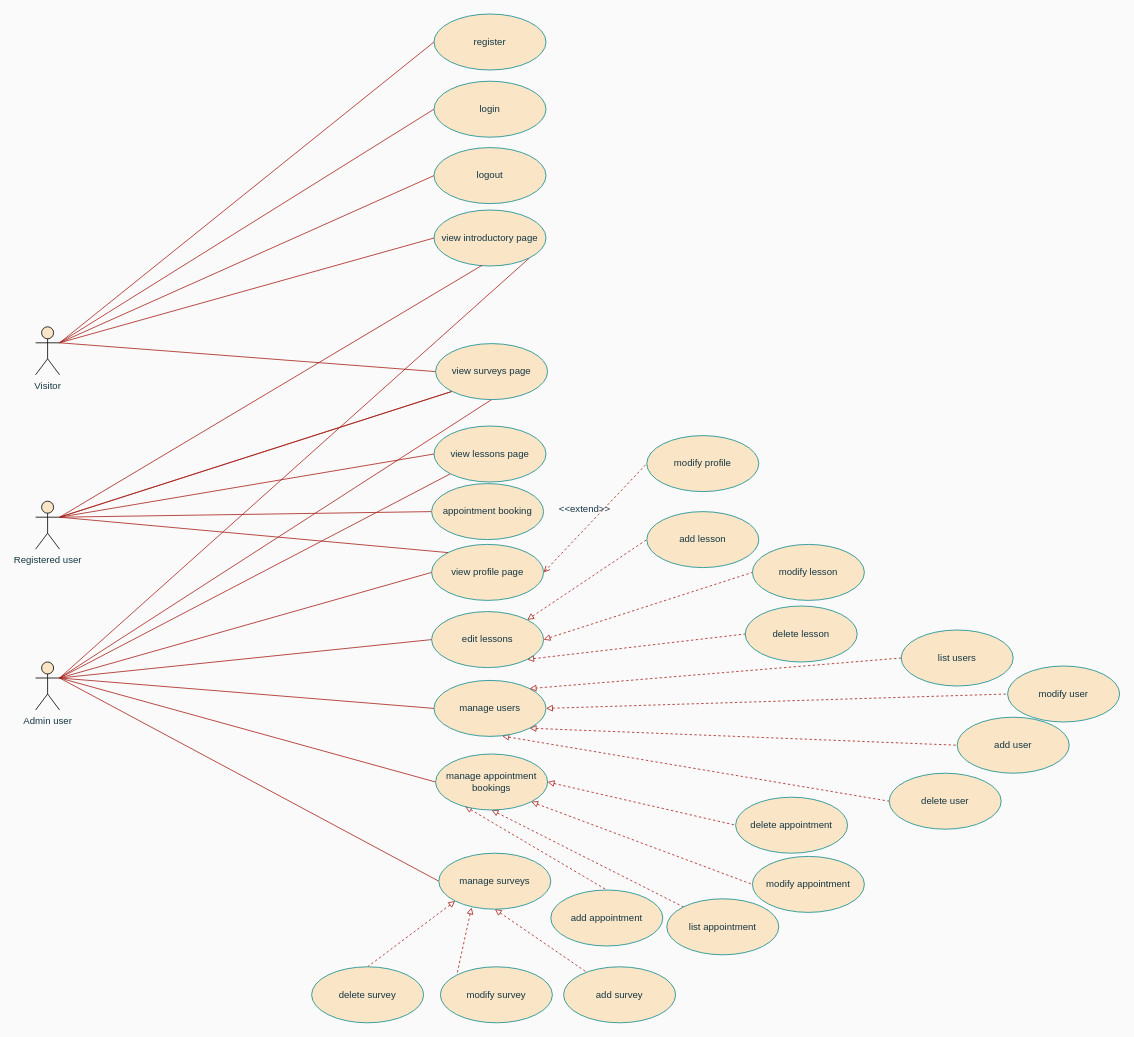
timeaszabo1217/rendszerfejl1 keeps this draw.io diagram as Diagrammok, tervek/Use_Case_diagram.drawio. Above is the earlier version. Source tidied: cells renumbered, new cells numbered last; positions are measured from the earlier drawing's top-left corner, leaving out a move shared by most shapes. Both pictures are drawn from the tidied source at 80%, with x=0, y=0 at pixel (35, 14).
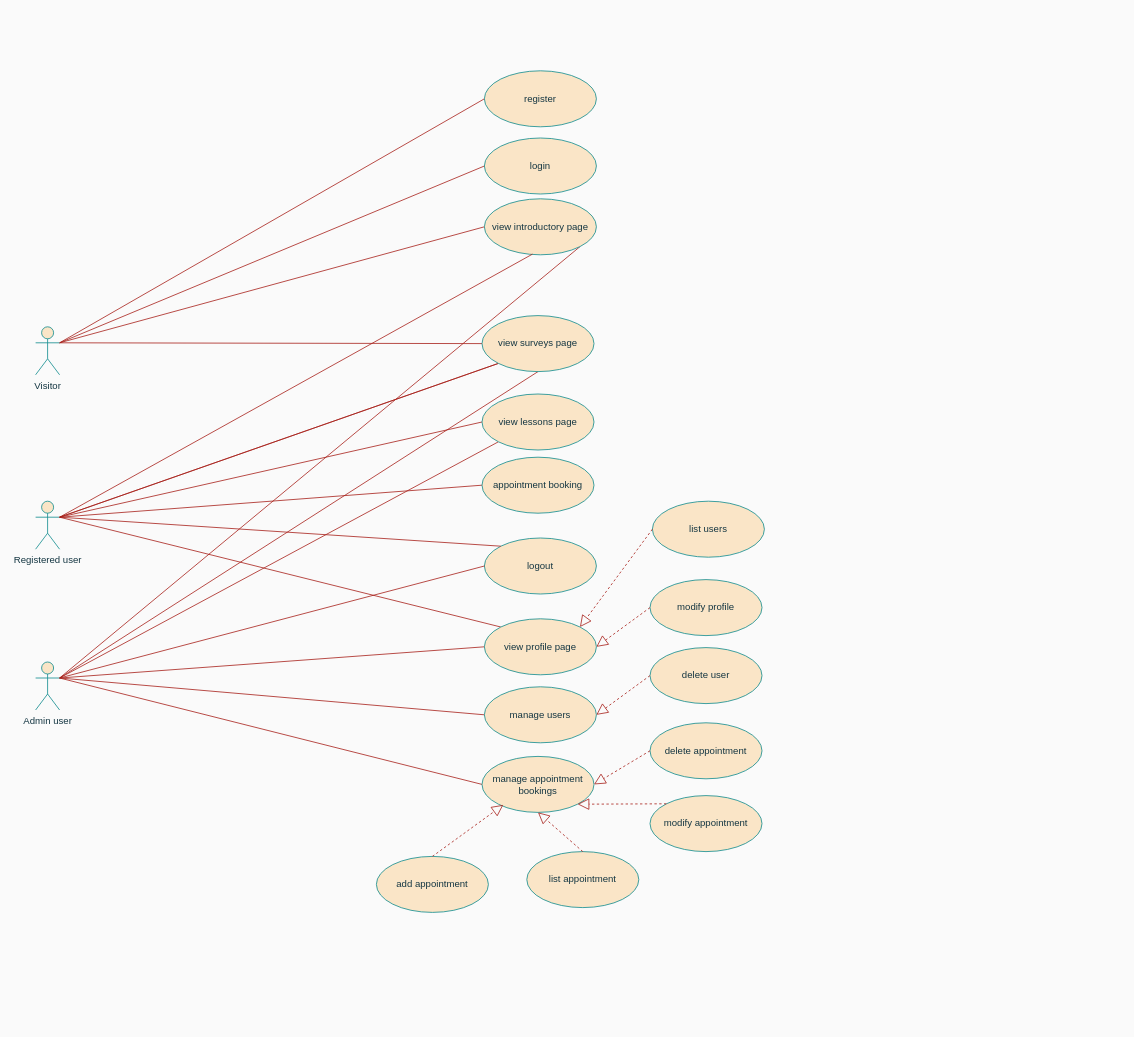
After the change.

Change to the diagram source:
```diff
@@
-    <mxCell id="6" style="edgeStyle=none;rounded=0;jettySize=auto;html=1;exitX=1;exitY=0.3333333333333333;exitDx=0;exitDy=0;exitPerimeter=0;entryX=0;entryY=0.5;entryDx=0;entryDy=0;strokeColor=#A8201A;fontColor=#143642;fillColor=#FAE5C7;endArrow=none;endFill=0;" parent="1" edge="1" source="7" target="64">
-      <mxGeometry relative="1" as="geometry" />
-    </mxCell>
-    <mxCell id="7" value="Visitor" style="shape=umlActor;verticalLabelPosition=bottom;verticalAlign=top;html=1;rounded=0;strokeColor=#000000;labelBackgroundColor=none;fillColor=#FAE5C7;fontColor=#143642;" parent="1" vertex="1">
+    <mxCell id="7" value="Visitor" style="shape=umlActor;verticalLabelPosition=bottom;verticalAlign=top;html=1;rounded=0;strokeColor=#0F8B8D;labelBackgroundColor=none;fillColor=#FAE5C7;fontColor=#143642;" parent="1" vertex="1">
       <mxGeometry y="391" width="30" height="60" as="geometry" />
     </mxCell>
@@
-    <mxCell id="11" value="Registered user" style="shape=umlActor;verticalLabelPosition=bottom;verticalAlign=top;html=1;rounded=0;fillColor=#FAE5C7;strokeColor=#000000;labelBackgroundColor=none;fontColor=#143642;" parent="1" vertex="1">
+    <mxCell id="11" value="Registered user" style="shape=umlActor;verticalLabelPosition=bottom;verticalAlign=top;html=1;rounded=0;fillColor=#FAE5C7;strokeColor=#0F8B8D;labelBackgroundColor=none;fontColor=#143642;" parent="1" vertex="1">
       <mxGeometry y="609" width="30" height="60" as="geometry" />
     </mxCell>
-    <mxCell id="12" style="edgeStyle=none;rounded=0;jettySize=auto;html=1;exitX=1;exitY=0.3333333333333333;exitDx=0;exitDy=0;exitPerimeter=0;entryX=0;entryY=0.5;entryDx=0;entryDy=0;endArrow=none;endFill=0;strokeColor=#A8201A;labelBackgroundColor=none;fontColor=default;" parent="1" edge="1" source="20" target="32">
-      <mxGeometry relative="1" as="geometry" />
-    </mxCell>
@@
-    <mxCell id="15" style="edgeStyle=none;rounded=0;jettySize=auto;html=1;exitX=1;exitY=0.3333333333333333;exitDx=0;exitDy=0;exitPerimeter=0;entryX=0;entryY=0.5;entryDx=0;entryDy=0;endArrow=none;endFill=0;strokeColor=#A8201A;labelBackgroundColor=none;fontColor=default;" parent="1" edge="1" source="20" target="45">
-      <mxGeometry relative="1" as="geometry" />
-    </mxCell>
@@
-    <mxCell id="20" value="Admin user" style="shape=umlActor;verticalLabelPosition=bottom;verticalAlign=top;html=1;rounded=0;strokeColor=#000000;labelBackgroundColor=none;fillColor=#FAE5C7;fontColor=#143642;" parent="1" vertex="1">
+    <mxCell id="20" value="Admin user" style="shape=umlActor;verticalLabelPosition=bottom;verticalAlign=top;html=1;rounded=0;strokeColor=#0F8B8D;labelBackgroundColor=none;fillColor=#FAE5C7;fontColor=#143642;" parent="1" vertex="1">
       <mxGeometry y="810" width="30" height="60" as="geometry" />
     </mxCell>
     <mxCell id="21" value="view introductory page" style="ellipse;whiteSpace=wrap;html=1;rounded=0;labelBackgroundColor=none;fillColor=#FAE5C7;strokeColor=#0F8B8D;fontColor=#143642;" parent="1" vertex="1">
-      <mxGeometry x="498" y="245" width="140" height="70" as="geometry" />
+      <mxGeometry x="561" y="231" width="140" height="70" as="geometry" />
     </mxCell>
     <mxCell id="22" value="register" style="ellipse;whiteSpace=wrap;html=1;rounded=0;labelBackgroundColor=none;fillColor=#FAE5C7;strokeColor=#0F8B8D;fontColor=#143642;" parent="1" vertex="1">
-      <mxGeometry x="498" width="140" height="70" as="geometry" />
+      <mxGeometry x="561" y="71" width="140" height="70" as="geometry" />
     </mxCell>
     <mxCell id="23" value="login" style="ellipse;whiteSpace=wrap;html=1;rounded=0;labelBackgroundColor=none;fillColor=#FAE5C7;strokeColor=#0F8B8D;fontColor=#143642;" parent="1" vertex="1">
-      <mxGeometry x="498" y="84" width="140" height="70" as="geometry" />
+      <mxGeometry x="561" y="155" width="140" height="70" as="geometry" />
     </mxCell>
-    <mxCell id="24" style="edgeStyle=none;rounded=0;jettySize=auto;html=1;exitX=1;exitY=0.5;exitDx=0;exitDy=0;entryX=0;entryY=0.5;entryDx=0;entryDy=0;endArrow=none;endFill=0;dashed=1;startArrow=open;startFill=0;strokeColor=#A8201A;labelBackgroundColor=none;fontColor=default;" parent="1" edge="1" source="25" target="26">
-      <mxGeometry relative="1" as="geometry" />
-    </mxCell>
-    <mxCell id="25" value="view profile page" style="ellipse;whiteSpace=wrap;html=1;rounded=0;labelBackgroundColor=none;fillColor=#FAE5C7;strokeColor=#0F8B8D;fontColor=#143642;" parent="1" vertex="1">
-      <mxGeometry x="495" y="663" width="140" height="70" as="geometry" />
-    </mxCell>
     <mxCell id="26" value="modify profile" style="ellipse;whiteSpace=wrap;html=1;rounded=0;labelBackgroundColor=none;fillColor=#FAE5C7;strokeColor=#0F8B8D;fontColor=#143642;" parent="1" vertex="1">
-      <mxGeometry x="764" y="527" width="140" height="70" as="geometry" />
+      <mxGeometry x="768" y="707" width="140" height="70" as="geometry" />
     </mxCell>
     <mxCell id="27" value="appointment booking" style="ellipse;whiteSpace=wrap;html=1;rounded=0;labelBackgroundColor=none;fillColor=#FAE5C7;strokeColor=#0F8B8D;fontColor=#143642;" parent="1" vertex="1">
-      <mxGeometry x="495" y="587" width="140" height="70" as="geometry" />
+      <mxGeometry x="558" y="554" width="140" height="70" as="geometry" />
     </mxCell>
     <mxCell id="28" value="view lessons page" style="ellipse;whiteSpace=wrap;html=1;rounded=0;labelBackgroundColor=none;fillColor=#FAE5C7;strokeColor=#0F8B8D;fontColor=#143642;" parent="1" vertex="1">
-      <mxGeometry x="498" y="515" width="140" height="70" as="geometry" />
+      <mxGeometry x="558" y="475" width="140" height="70" as="geometry" />
     </mxCell>
-    <mxCell id="29" style="edgeStyle=none;rounded=0;jettySize=auto;html=1;exitX=1;exitY=0;exitDx=0;exitDy=0;entryX=0;entryY=0.5;entryDx=0;entryDy=0;dashed=1;endArrow=none;endFill=0;startArrow=block;startFill=0;strokeColor=#A8201A;labelBackgroundColor=none;fontColor=default;" parent="1" edge="1" source="32" target="58">
-      <mxGeometry relative="1" as="geometry" />
-    </mxCell>
-    <mxCell id="30" style="edgeStyle=none;rounded=0;jettySize=auto;html=1;exitX=1;exitY=0.5;exitDx=0;exitDy=0;entryX=0;entryY=0.5;entryDx=0;entryDy=0;dashed=1;endArrow=none;endFill=0;startArrow=block;startFill=0;strokeColor=#A8201A;labelBackgroundColor=none;fontColor=default;" parent="1" edge="1" source="32" target="59">
-      <mxGeometry relative="1" as="geometry" />
-    </mxCell>
-    <mxCell id="31" style="edgeStyle=none;rounded=0;jettySize=auto;html=1;exitX=1;exitY=1;exitDx=0;exitDy=0;entryX=0;entryY=0.5;entryDx=0;entryDy=0;dashed=1;endArrow=none;endFill=0;startArrow=block;startFill=0;strokeColor=#A8201A;labelBackgroundColor=none;fontColor=default;" parent="1" edge="1" source="32" target="60">
-      <mxGeometry relative="1" as="geometry" />
-    </mxCell>
-    <mxCell id="32" value="edit lessons" style="ellipse;whiteSpace=wrap;html=1;rounded=0;labelBackgroundColor=none;fillColor=#FAE5C7;strokeColor=#0F8B8D;fontColor=#143642;" parent="1" vertex="1">
-      <mxGeometry x="495" y="747" width="140" height="70" as="geometry" />
-    </mxCell>
-    <mxCell id="33" style="edgeStyle=none;rounded=0;jettySize=auto;html=1;exitX=0.609;exitY=0.993;exitDx=0;exitDy=0;entryX=0;entryY=0.5;entryDx=0;entryDy=0;endArrow=none;endFill=0;dashed=1;startArrow=block;startFill=0;strokeColor=#A8201A;labelBackgroundColor=none;fontColor=default;exitPerimeter=0;" parent="1" edge="1" source="36" target="57">
-      <mxGeometry relative="1" as="geometry" />
-    </mxCell>
-    <mxCell id="34" style="edgeStyle=none;rounded=0;jettySize=auto;html=1;exitX=1;exitY=0.5;exitDx=0;exitDy=0;entryX=0;entryY=0.5;entryDx=0;entryDy=0;dashed=1;endArrow=none;endFill=0;startArrow=block;startFill=0;strokeColor=#A8201A;labelBackgroundColor=none;fontColor=default;" parent="1" edge="1" source="36" target="56">
-      <mxGeometry relative="1" as="geometry" />
-    </mxCell>
-    <mxCell id="35" style="edgeStyle=none;rounded=0;jettySize=auto;html=1;exitX=1;exitY=1;exitDx=0;exitDy=0;entryX=0;entryY=0.5;entryDx=0;entryDy=0;startArrow=block;startFill=0;dashed=1;endArrow=none;endFill=0;strokeColor=#A8201A;labelBackgroundColor=none;fontColor=default;" parent="1" edge="1" source="36" target="55">
-      <mxGeometry relative="1" as="geometry" />
-    </mxCell>
     <mxCell id="36" value="manage users" style="ellipse;whiteSpace=wrap;html=1;rounded=0;labelBackgroundColor=none;fillColor=#FAE5C7;strokeColor=#0F8B8D;fontColor=#143642;" parent="1" vertex="1">
-      <mxGeometry x="498" y="833" width="140" height="70" as="geometry" />
+      <mxGeometry x="561" y="841" width="140" height="70" as="geometry" />
     </mxCell>
-    <mxCell id="37" style="edgeStyle=none;rounded=0;jettySize=auto;html=1;exitX=1;exitY=0.5;exitDx=0;exitDy=0;entryX=0;entryY=0.5;entryDx=0;entryDy=0;dashed=1;endArrow=none;endFill=0;startArrow=block;startFill=0;strokeColor=#A8201A;labelBackgroundColor=none;fontColor=default;" parent="1" edge="1" source="41" target="46">
-      <mxGeometry relative="1" as="geometry" />
-    </mxCell>
-    <mxCell id="38" style="edgeStyle=none;rounded=0;jettySize=auto;html=1;exitX=1;exitY=1;exitDx=0;exitDy=0;entryX=0;entryY=0.5;entryDx=0;entryDy=0;dashed=1;endArrow=none;endFill=0;startArrow=block;startFill=0;strokeColor=#A8201A;labelBackgroundColor=none;fontColor=default;" parent="1" edge="1" source="41" target="47">
-      <mxGeometry relative="1" as="geometry" />
-    </mxCell>
-    <mxCell id="39" style="edgeStyle=none;rounded=0;jettySize=auto;html=1;exitX=0.5;exitY=1;exitDx=0;exitDy=0;dashed=1;endArrow=none;endFill=0;startArrow=block;startFill=0;strokeColor=#A8201A;labelBackgroundColor=none;fontColor=default;" parent="1" edge="1" source="41" target="48">
-      <mxGeometry relative="1" as="geometry" />
-    </mxCell>
-    <mxCell id="40" style="edgeStyle=none;rounded=0;jettySize=auto;html=1;entryX=0.5;entryY=0;entryDx=0;entryDy=0;dashed=1;endArrow=none;endFill=0;startArrow=block;startFill=0;strokeColor=#A8201A;labelBackgroundColor=none;fontColor=default;exitX=0.264;exitY=0.936;exitDx=0;exitDy=0;exitPerimeter=0;" parent="1" edge="1" source="41" target="49">
-      <mxGeometry relative="1" as="geometry" />
-    </mxCell>
     <mxCell id="41" value="manage appointment bookings" style="ellipse;whiteSpace=wrap;html=1;rounded=0;labelBackgroundColor=none;fillColor=#FAE5C7;strokeColor=#0F8B8D;fontColor=#143642;" parent="1" vertex="1">
-      <mxGeometry x="500" y="925" width="140" height="70" as="geometry" />
+      <mxGeometry x="558" y="928" width="140" height="70" as="geometry" />
     </mxCell>
-    <mxCell id="42" style="edgeStyle=none;rounded=0;jettySize=auto;html=1;exitX=0.5;exitY=1;exitDx=0;exitDy=0;dashed=1;endArrow=none;endFill=0;startArrow=block;startFill=0;strokeColor=#A8201A;labelBackgroundColor=none;fontColor=default;" parent="1" edge="1" source="45" target="50">
-      <mxGeometry relative="1" as="geometry" />
-    </mxCell>
-    <mxCell id="43" style="edgeStyle=none;rounded=0;jettySize=auto;html=1;exitX=0.292;exitY=0.969;exitDx=0;exitDy=0;entryX=0;entryY=0;entryDx=0;entryDy=0;dashed=1;endArrow=none;endFill=0;startArrow=block;startFill=0;strokeColor=#A8201A;labelBackgroundColor=none;fontColor=default;exitPerimeter=0;" parent="1" edge="1" source="45" target="51">
-      <mxGeometry relative="1" as="geometry" />
-    </mxCell>
-    <mxCell id="44" style="edgeStyle=none;rounded=0;jettySize=auto;html=1;exitX=0;exitY=1;exitDx=0;exitDy=0;entryX=0.5;entryY=0;entryDx=0;entryDy=0;dashed=1;endArrow=none;endFill=0;startArrow=block;startFill=0;strokeColor=#A8201A;labelBackgroundColor=none;fontColor=default;" parent="1" edge="1" source="45" target="52">
-      <mxGeometry relative="1" as="geometry" />
-    </mxCell>
-    <mxCell id="45" value="manage surveys" style="ellipse;whiteSpace=wrap;html=1;rounded=0;labelBackgroundColor=none;fillColor=#FAE5C7;strokeColor=#0F8B8D;fontColor=#143642;" parent="1" vertex="1">
-      <mxGeometry x="504" y="1049" width="140" height="70" as="geometry" />
-    </mxCell>
     <mxCell id="46" value="delete appointment" style="ellipse;whiteSpace=wrap;html=1;rounded=0;labelBackgroundColor=none;fillColor=#FAE5C7;strokeColor=#0F8B8D;fontColor=#143642;" parent="1" vertex="1">
-      <mxGeometry x="875" y="979" width="140" height="70" as="geometry" />
+      <mxGeometry x="768" y="886" width="140" height="70" as="geometry" />
     </mxCell>
     <mxCell id="47" value="modify appointment" style="ellipse;whiteSpace=wrap;html=1;rounded=0;labelBackgroundColor=none;fillColor=#FAE5C7;strokeColor=#0F8B8D;fontColor=#143642;" parent="1" vertex="1">
-      <mxGeometry x="896" y="1053" width="140" height="70" as="geometry" />
+      <mxGeometry x="768" y="977" width="140" height="70" as="geometry" />
     </mxCell>
     <mxCell id="48" value="list appointment" style="ellipse;whiteSpace=wrap;html=1;rounded=0;labelBackgroundColor=none;fillColor=#FAE5C7;strokeColor=#0F8B8D;fontColor=#143642;" parent="1" vertex="1">
-      <mxGeometry x="789" y="1106" width="140" height="70" as="geometry" />
+      <mxGeometry x="614" y="1047" width="140" height="70" as="geometry" />
     </mxCell>
     <mxCell id="49" value="add appointment" style="ellipse;whiteSpace=wrap;html=1;rounded=0;labelBackgroundColor=none;fillColor=#FAE5C7;strokeColor=#0F8B8D;fontColor=#143642;" parent="1" vertex="1">
-      <mxGeometry x="644" y="1095" width="140" height="70" as="geometry" />
+      <mxGeometry x="426" y="1053" width="140" height="70" as="geometry" />
     </mxCell>
-    <mxCell id="50" value="add survey" style="ellipse;whiteSpace=wrap;html=1;rounded=0;labelBackgroundColor=none;fillColor=#FAE5C7;strokeColor=#0F8B8D;fontColor=#143642;" parent="1" vertex="1">
-      <mxGeometry x="660" y="1191" width="140" height="70" as="geometry" />
-    </mxCell>
-    <mxCell id="51" value="modify survey" style="ellipse;whiteSpace=wrap;html=1;rounded=0;labelBackgroundColor=none;fillColor=#FAE5C7;strokeColor=#0F8B8D;fontColor=#143642;" parent="1" vertex="1">
-      <mxGeometry x="506" y="1191" width="140" height="70" as="geometry" />
-    </mxCell>
-    <mxCell id="52" value="delete survey" style="ellipse;whiteSpace=wrap;html=1;rounded=0;labelBackgroundColor=none;fillColor=#FAE5C7;strokeColor=#0F8B8D;fontColor=#143642;" parent="1" vertex="1">
-      <mxGeometry x="345" y="1191" width="140" height="70" as="geometry" />
-    </mxCell>
@@
-    <mxCell id="55" value="add user" style="ellipse;whiteSpace=wrap;html=1;rounded=0;labelBackgroundColor=none;fillColor=#FAE5C7;strokeColor=#0F8B8D;fontColor=#143642;" parent="1" vertex="1">
-      <mxGeometry x="1152" y="879" width="140" height="70" as="geometry" />
-    </mxCell>
-    <mxCell id="56" value="modify user" style="ellipse;whiteSpace=wrap;html=1;rounded=0;labelBackgroundColor=none;fillColor=#FAE5C7;strokeColor=#0F8B8D;fontColor=#143642;" parent="1" vertex="1">
-      <mxGeometry x="1215" y="815" width="140" height="70" as="geometry" />
-    </mxCell>
     <mxCell id="57" value="delete user" style="ellipse;whiteSpace=wrap;html=1;rounded=0;labelBackgroundColor=none;fillColor=#FAE5C7;strokeColor=#0F8B8D;fontColor=#143642;" parent="1" vertex="1">
-      <mxGeometry x="1067" y="949" width="140" height="70" as="geometry" />
+      <mxGeometry x="768" y="792" width="140" height="70" as="geometry" />
     </mxCell>
-    <mxCell id="58" value="add lesson" style="ellipse;whiteSpace=wrap;html=1;rounded=0;labelBackgroundColor=none;fillColor=#FAE5C7;strokeColor=#0F8B8D;fontColor=#143642;" parent="1" vertex="1">
-      <mxGeometry x="764" y="622" width="140" height="70" as="geometry" />
-    </mxCell>
-    <mxCell id="59" value="modify lesson" style="ellipse;whiteSpace=wrap;html=1;rounded=0;labelBackgroundColor=none;fillColor=#FAE5C7;strokeColor=#0F8B8D;fontColor=#143642;" parent="1" vertex="1">
-      <mxGeometry x="896" y="663" width="140" height="70" as="geometry" />
-    </mxCell>
-    <mxCell id="60" value="delete lesson" style="ellipse;whiteSpace=wrap;html=1;rounded=0;labelBackgroundColor=none;fillColor=#FAE5C7;strokeColor=#0F8B8D;fontColor=#143642;" parent="1" vertex="1">
-      <mxGeometry x="887" y="740" width="140" height="70" as="geometry" />
-    </mxCell>
@@
     <mxCell id="62" value="view surveys&amp;nbsp;page" style="ellipse;whiteSpace=wrap;html=1;rounded=0;labelBackgroundColor=none;fillColor=#FAE5C7;strokeColor=#0F8B8D;fontColor=#143642;" parent="1" vertex="1">
-      <mxGeometry x="500" y="412" width="140" height="70" as="geometry" />
+      <mxGeometry x="558" y="377" width="140" height="70" as="geometry" />
     </mxCell>
-    <mxCell id="63" value="&amp;lt;&amp;lt;extend&amp;gt;&amp;gt;" style="text;align=center;fontStyle=0;verticalAlign=middle;spacingLeft=3;spacingRight=3;strokeColor=none;html=1;fontColor=#143642;" parent="1" vertex="1">
-      <mxGeometry x="646" y="606" width="80" height="26" as="geometry" />
-    </mxCell>
-    <mxCell id="64" value="logout" style="ellipse;whiteSpace=wrap;html=1;strokeColor=#0F8B8D;fontColor=#143642;fillColor=#FAE5C7;" parent="1" vertex="1">
-      <mxGeometry x="498" y="167" width="140" height="70" as="geometry" />
+    <mxCell id="64" value="logout" style="ellipse;whiteSpace=wrap;html=1;strokeColor=#0F8B8D;fontColor=#143642;fillColor=#FAE5C7;labelBackgroundColor=none;" parent="1" vertex="1">
+      <mxGeometry x="561" y="655" width="140" height="70" as="geometry" />
     </mxCell>
-    <mxCell id="65" style="edgeStyle=none;rounded=0;jettySize=auto;html=1;exitX=0;exitY=0.5;exitDx=0;exitDy=0;entryX=1;entryY=0;entryDx=0;entryDy=0;strokeColor=#A8201A;fontColor=#143642;fillColor=#FAE5C7;dashed=1;startArrow=none;startFill=0;endArrow=block;endFill=0;" parent="1" edge="1" source="66" target="36">
-      <mxGeometry relative="1" as="geometry" />
-    </mxCell>
-    <mxCell id="66" value="list users" style="ellipse;whiteSpace=wrap;html=1;strokeColor=#0F8B8D;fontColor=#143642;fillColor=#FAE5C7;" parent="1" vertex="1">
-      <mxGeometry x="1082" y="770" width="140" height="70" as="geometry" />
+    <mxCell id="66" value="list users" style="ellipse;whiteSpace=wrap;html=1;strokeColor=#0F8B8D;fontColor=#143642;fillColor=#FAE5C7;labelBackgroundColor=none;" parent="1" vertex="1">
+      <mxGeometry x="771" y="609" width="140" height="70" as="geometry" />
     </mxCell>
+    <mxCell id="67" style="endArrow=block;dashed=1;endFill=0;endSize=12;html=1;rounded=0;exitX=0;exitY=0.5;exitDx=0;exitDy=0;entryX=1;entryY=0.5;entryDx=0;entryDy=0;labelBackgroundColor=none;strokeColor=#A8201A;fontColor=default;" parent="1" edge="1" source="26" target="25">
+      <mxGeometry relative="1" as="geometry" />
+    </mxCell>
+    <mxCell id="68" style="endArrow=block;dashed=1;endFill=0;endSize=12;html=1;rounded=0;strokeColor=#A8201A;fontColor=default;fillColor=#FAE5C7;exitX=0;exitY=0.5;exitDx=0;exitDy=0;entryX=1;entryY=0.5;entryDx=0;entryDy=0;labelBackgroundColor=none;" parent="1" edge="1" source="57" target="36">
+      <mxGeometry relative="1" as="geometry" />
+    </mxCell>
+    <mxCell id="69" style="endArrow=block;dashed=1;endFill=0;endSize=12;html=1;rounded=0;strokeColor=#A8201A;fontColor=default;fillColor=#FAE5C7;exitX=0.5;exitY=0;exitDx=0;exitDy=0;entryX=0.19;entryY=0.866;entryDx=0;entryDy=0;entryPerimeter=0;labelBackgroundColor=none;" parent="1" edge="1" source="49" target="41">
+      <mxGeometry relative="1" as="geometry" />
+    </mxCell>
+    <mxCell id="70" style="endArrow=block;dashed=1;endFill=0;endSize=12;html=1;rounded=0;strokeColor=#A8201A;fontColor=default;fillColor=#FAE5C7;exitX=0.5;exitY=0;exitDx=0;exitDy=0;entryX=0.5;entryY=1;entryDx=0;entryDy=0;labelBackgroundColor=none;" parent="1" edge="1" source="48" target="41">
+      <mxGeometry relative="1" as="geometry" />
+    </mxCell>
+    <mxCell id="71" style="endArrow=block;dashed=1;endFill=0;endSize=12;html=1;rounded=0;strokeColor=#A8201A;fontColor=default;fillColor=#FAE5C7;entryX=1;entryY=1;entryDx=0;entryDy=0;exitX=0;exitY=0;exitDx=0;exitDy=0;labelBackgroundColor=none;" parent="1" edge="1" source="47" target="41">
+      <mxGeometry relative="1" as="geometry" />
+    </mxCell>
+    <mxCell id="72" style="endArrow=block;dashed=1;endFill=0;endSize=12;html=1;rounded=0;strokeColor=#A8201A;fontColor=default;fillColor=#FAE5C7;exitX=0;exitY=0.5;exitDx=0;exitDy=0;entryX=1;entryY=0.5;entryDx=0;entryDy=0;labelBackgroundColor=none;" parent="1" edge="1" source="46" target="41">
+      <mxGeometry relative="1" as="geometry" />
+    </mxCell>
+    <mxCell id="73" style="endArrow=block;dashed=1;endFill=0;endSize=12;html=1;rounded=0;labelBackgroundColor=none;strokeColor=#A8201A;fontColor=default;exitX=0;exitY=0.5;exitDx=0;exitDy=0;entryX=1;entryY=0;entryDx=0;entryDy=0;" parent="1" edge="1" source="66" target="25">
+      <mxGeometry relative="1" as="geometry" />
+    </mxCell>
+    <mxCell id="25" value="view profile page" style="ellipse;whiteSpace=wrap;html=1;rounded=0;labelBackgroundColor=none;fillColor=#FAE5C7;strokeColor=#0F8B8D;fontColor=#143642;" parent="1" vertex="1">
+      <mxGeometry x="561" y="756" width="140" height="70" as="geometry" />
+    </mxCell>
+    <mxCell id="74" style="endArrow=none;html=1;rounded=0;exitX=1;exitY=0.3333333333333333;exitDx=0;exitDy=0;exitPerimeter=0;entryX=0;entryY=0.5;entryDx=0;entryDy=0;labelBackgroundColor=none;strokeColor=#A8201A;fontColor=default;" parent="1" edge="1" source="20" target="64">
+      <mxGeometry relative="1" as="geometry" />
+    </mxCell>
+    <mxCell id="75" style="endArrow=none;html=1;rounded=0;entryX=0;entryY=0;entryDx=0;entryDy=0;labelBackgroundColor=none;strokeColor=#A8201A;fontColor=default;exitX=1;exitY=0.3333333333333333;exitDx=0;exitDy=0;exitPerimeter=0;" parent="1" edge="1" source="11" target="64">
+      <mxGeometry relative="1" as="geometry" />
+    </mxCell>
```
